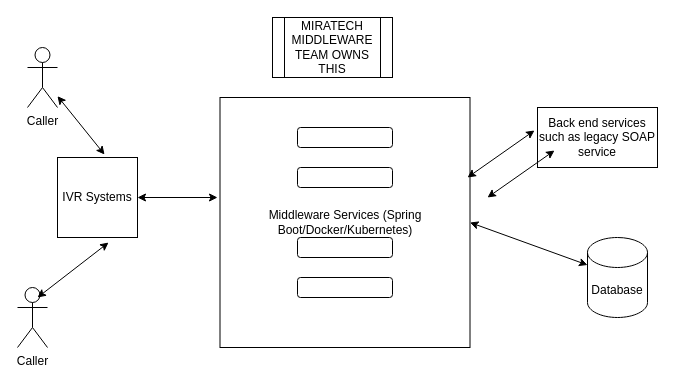
Above: IVR MW.drawio in anshuldevmehta/RandomDiagrams (draw.io), before the change. Source tidied: cells renumbered, new cells numbered last; positions are measured from the earlier drawing's top-left corner, leaving out a move shared by most shapes. Both pictures are drawn from the tidied source at 100%, with x=0, y=0 at pixel (17, 17).
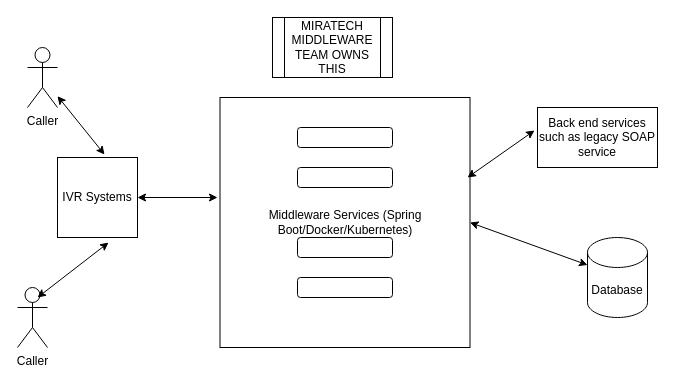
The same diagram, later.

Diff of the diagram source:
```diff
@@
-    <mxCell id="14" style="endArrow=classic;startArrow=classic;html=1;rounded=0;entryX=-0.025;entryY=0.383;entryDx=0;entryDy=0;entryPerimeter=0;" parent="1" edge="1">
-      <mxGeometry relative="1" as="geometry">
-        <mxPoint x="470" y="180" as="sourcePoint" />
-        <mxPoint x="537" y="133" as="targetPoint" />
-      </mxGeometry>
-    </mxCell>
```
